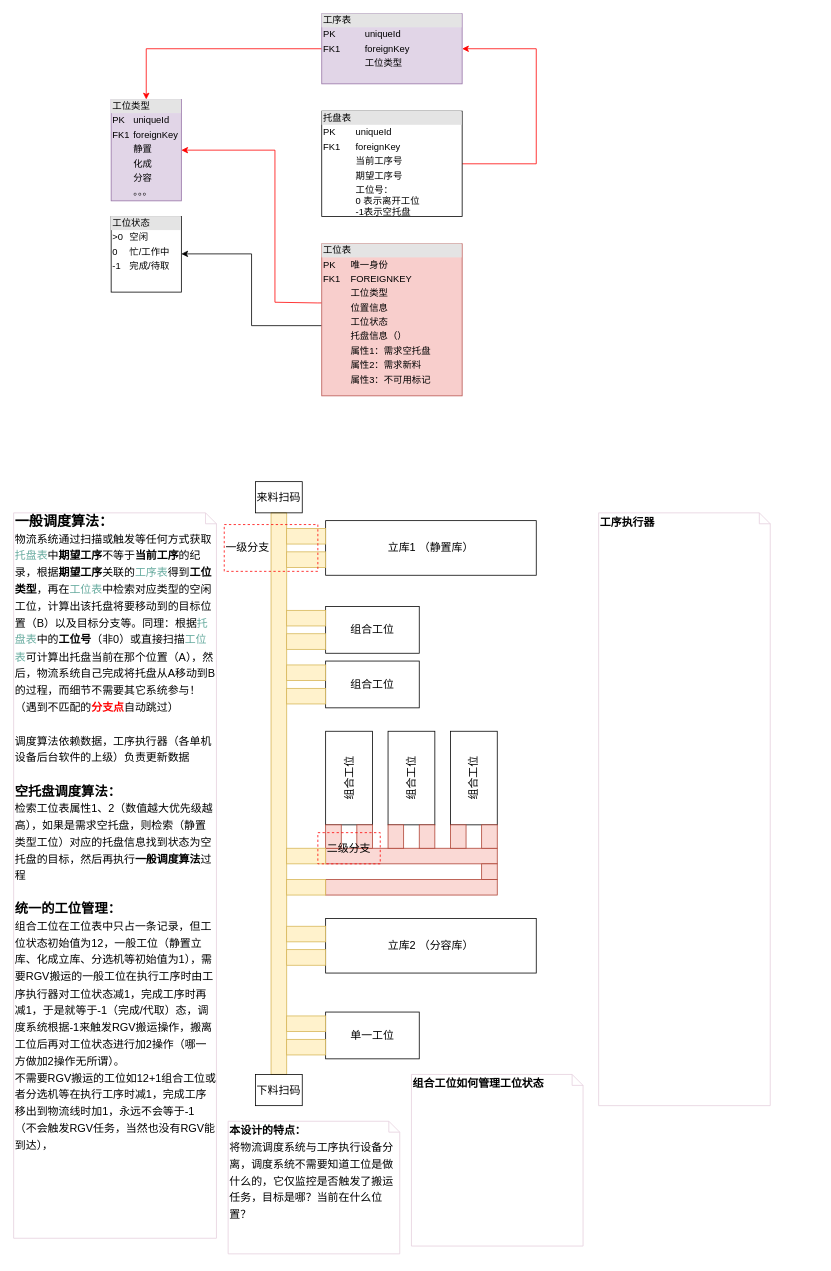
This is page "第 2 页" (2 of 2) of 未命名表单.drawio from samos2011/drawio, a draw.io file, before an edit. Source tidied: cells renumbered, new cells numbered last; positions are measured from the earlier drawing's top-left corner, leaving out a move shared by most shapes. Both pictures are drawn from the tidied source at 78%, with x=0, y=0 at pixel (13, 13).
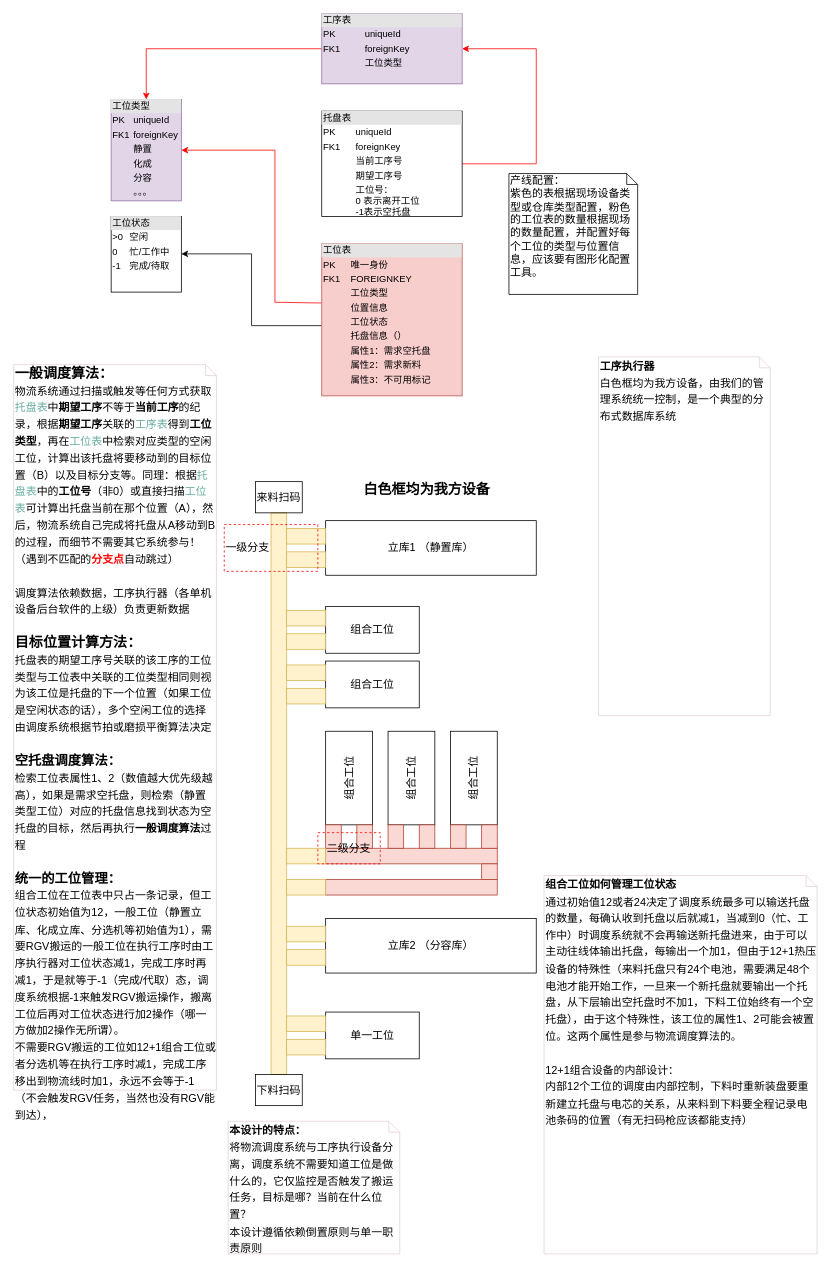
Above is the later version.

Diff of the diagram source:
```diff
@@
-    <mxCell id="45" value="&lt;b&gt;一般调度算法：&lt;/b&gt;&lt;br&gt;&lt;span style=&quot;font-size: 14px&quot;&gt;物流系统通过扫描或触发等任何方式获取&lt;/span&gt;&lt;font color=&quot;#67ab9f&quot; style=&quot;font-size: 14px&quot;&gt;托盘表&lt;/font&gt;&lt;span style=&quot;font-size: 14px&quot;&gt;中&lt;/span&gt;&lt;b style=&quot;font-size: 14px&quot;&gt;期望工序&lt;/b&gt;&lt;span style=&quot;font-size: 14px&quot;&gt;不等于&lt;/span&gt;&lt;b style=&quot;font-size: 14px&quot;&gt;当前工序&lt;/b&gt;&lt;span style=&quot;font-size: 14px&quot;&gt;的纪录，根据&lt;/span&gt;&lt;b style=&quot;font-size: 14px&quot;&gt;期望工序&lt;/b&gt;&lt;span style=&quot;font-size: 14px&quot;&gt;关联的&lt;/span&gt;&lt;font color=&quot;#67ab9f&quot; style=&quot;font-size: 14px&quot;&gt;工序表&lt;/font&gt;&lt;span style=&quot;font-size: 14px&quot;&gt;得到&lt;/span&gt;&lt;b style=&quot;font-size: 14px&quot;&gt;工位类型&lt;/b&gt;&lt;span style=&quot;font-size: 14px&quot;&gt;，再在&lt;/span&gt;&lt;font color=&quot;#67ab9f&quot; style=&quot;font-size: 14px&quot;&gt;工位表&lt;/font&gt;&lt;span style=&quot;font-size: 14px&quot;&gt;中检索对应类型的空闲工位，计算出该托盘将要移动到的目标位置（B）以及目标分支等。同理：根据&lt;/span&gt;&lt;font color=&quot;#67ab9f&quot; style=&quot;font-size: 14px&quot;&gt;托盘表&lt;/font&gt;&lt;span style=&quot;font-size: 14px&quot;&gt;中的&lt;/span&gt;&lt;b style=&quot;font-size: 14px&quot;&gt;工位号&lt;/b&gt;&lt;span style=&quot;font-size: 14px&quot;&gt;（非0）或直接扫描&lt;/span&gt;&lt;font color=&quot;#67ab9f&quot; style=&quot;font-size: 14px&quot;&gt;工位表&lt;/font&gt;&lt;span style=&quot;font-size: 14px&quot;&gt;可计算出托盘当前在那个位置（A），然后，物流系统自己完成将托盘从A移动到B的过程，而细节不需要其它系统参与！（遇到不匹配的&lt;/span&gt;&lt;b style=&quot;font-size: 14px&quot;&gt;&lt;font color=&quot;#ff0000&quot;&gt;分支点&lt;/font&gt;&lt;/b&gt;&lt;span style=&quot;font-size: 14px&quot;&gt;自动跳过）&lt;/span&gt;&lt;br&gt;&lt;br&gt;&lt;span style=&quot;font-size: 14px&quot;&gt;调度算法依赖数据，工序执行器（各单机设备后台软件的上级）负责更新数据&lt;/span&gt;&lt;br&gt;&lt;br&gt;&lt;b&gt;&lt;font style=&quot;font-size: 17px&quot;&gt;空托盘调度算法：&lt;/font&gt;&lt;/b&gt;&lt;br&gt;&lt;span style=&quot;font-size: 14px&quot;&gt;检索工位表属性1、2（数值越大优先级越高），如果是需求空托盘，则检索（静置类型工位）对应的托盘信息找到状态为空托盘的目标，然后再执行&lt;/span&gt;&lt;b style=&quot;font-size: 14px&quot;&gt;一般调度算法&lt;/b&gt;&lt;span style=&quot;font-size: 14px&quot;&gt;过程&lt;/span&gt;&lt;br&gt;&lt;br&gt;&lt;font&gt;&lt;b&gt;&lt;font style=&quot;font-size: 17px&quot;&gt;统一的工位管理：&lt;/font&gt;&lt;br&gt;&lt;/b&gt;&lt;/font&gt;&lt;font style=&quot;font-size: 14px&quot;&gt;组合工位在工位表中只占一条记录，但工位状态初始值为12，一般工位（静置立库、化成立库、分选机等初始值为1），需要RGV搬运的一般工位在执行工序时由工序执行器对工位状态减1，完成工序时再减1，于是就等于-1（完成/代取）态，调度系统根据-1来触发RGV搬运操作，搬离工位后再对工位状态进行加2操作（哪一方做加2操作无所谓）。&lt;br&gt;不需要RGV搬运的工位如12+1组合工位或者分选机等在执行工序时减1，完成工序移出到物流线时加1，永远不会等于-1（不会触发RGV任务，当然也没有RGV能到达），&lt;br&gt;&lt;/font&gt;" style="shape=note;whiteSpace=wrap;html=1;size=14;verticalAlign=top;align=left;spacingTop=-6;rounded=0;shadow=0;dashed=0;labelBackgroundColor=none;strokeColor=#E6D0DE;fillColor=none;fontSize=18;" parent="1" vertex="1">
-      <mxGeometry y="640" width="260" height="930" as="geometry" />
+    <mxCell id="45" value="&lt;b&gt;一般调度算法：&lt;/b&gt;&lt;br&gt;&lt;span style=&quot;font-size: 14px&quot;&gt;物流系统通过扫描或触发等任何方式获取&lt;/span&gt;&lt;font color=&quot;#67ab9f&quot; style=&quot;font-size: 14px&quot;&gt;托盘表&lt;/font&gt;&lt;span style=&quot;font-size: 14px&quot;&gt;中&lt;/span&gt;&lt;b style=&quot;font-size: 14px&quot;&gt;期望工序&lt;/b&gt;&lt;span style=&quot;font-size: 14px&quot;&gt;不等于&lt;/span&gt;&lt;b style=&quot;font-size: 14px&quot;&gt;当前工序&lt;/b&gt;&lt;span style=&quot;font-size: 14px&quot;&gt;的纪录，根据&lt;/span&gt;&lt;b style=&quot;font-size: 14px&quot;&gt;期望工序&lt;/b&gt;&lt;span style=&quot;font-size: 14px&quot;&gt;关联的&lt;/span&gt;&lt;font color=&quot;#67ab9f&quot; style=&quot;font-size: 14px&quot;&gt;工序表&lt;/font&gt;&lt;span style=&quot;font-size: 14px&quot;&gt;得到&lt;/span&gt;&lt;b style=&quot;font-size: 14px&quot;&gt;工位类型&lt;/b&gt;&lt;span style=&quot;font-size: 14px&quot;&gt;，再在&lt;/span&gt;&lt;font color=&quot;#67ab9f&quot; style=&quot;font-size: 14px&quot;&gt;工位表&lt;/font&gt;&lt;span style=&quot;font-size: 14px&quot;&gt;中检索对应类型的空闲工位，计算出该托盘将要移动到的目标位置（B）以及目标分支等。同理：根据&lt;/span&gt;&lt;font color=&quot;#67ab9f&quot; style=&quot;font-size: 14px&quot;&gt;托盘表&lt;/font&gt;&lt;span style=&quot;font-size: 14px&quot;&gt;中的&lt;/span&gt;&lt;b style=&quot;font-size: 14px&quot;&gt;工位号&lt;/b&gt;&lt;span style=&quot;font-size: 14px&quot;&gt;（非0）或直接扫描&lt;/span&gt;&lt;font color=&quot;#67ab9f&quot; style=&quot;font-size: 14px&quot;&gt;工位表&lt;/font&gt;&lt;span style=&quot;font-size: 14px&quot;&gt;可计算出托盘当前在那个位置（A），然后，物流系统自己完成将托盘从A移动到B的过程，而细节不需要其它系统参与！（遇到不匹配的&lt;/span&gt;&lt;b style=&quot;font-size: 14px&quot;&gt;&lt;font color=&quot;#ff0000&quot;&gt;分支点&lt;/font&gt;&lt;/b&gt;&lt;span style=&quot;font-size: 14px&quot;&gt;自动跳过）&lt;/span&gt;&lt;br&gt;&lt;br&gt;&lt;span style=&quot;font-size: 14px&quot;&gt;调度算法依赖数据，工序执行器（各单机设备后台软件的上级）负责更新数据&lt;br&gt;&lt;/span&gt;&lt;br&gt;&lt;b&gt;目标位置计算方法：&lt;/b&gt;&lt;br&gt;&lt;font style=&quot;font-size: 14px&quot;&gt;托盘表的期望工序号关联的该工序的工位类型与工位表中关联的工位类型相同则视为该工位是托盘的下一个位置（如果工位是空闲状态的话），多个空闲工位的选择由调度系统根据节拍或磨损平衡算法决定&lt;br&gt;&lt;/font&gt;&lt;br&gt;&lt;b&gt;&lt;font style=&quot;font-size: 17px&quot;&gt;空托盘调度算法：&lt;/font&gt;&lt;/b&gt;&lt;br&gt;&lt;span style=&quot;font-size: 14px&quot;&gt;检索工位表属性1、2（数值越大优先级越高），如果是需求空托盘，则检索（静置类型工位）对应的托盘信息找到状态为空托盘的目标，然后再执行&lt;/span&gt;&lt;b style=&quot;font-size: 14px&quot;&gt;一般调度算法&lt;/b&gt;&lt;span style=&quot;font-size: 14px&quot;&gt;过程&lt;/span&gt;&lt;br&gt;&lt;br&gt;&lt;font&gt;&lt;b&gt;&lt;font style=&quot;font-size: 17px&quot;&gt;统一的工位管理：&lt;/font&gt;&lt;br&gt;&lt;/b&gt;&lt;/font&gt;&lt;font style=&quot;font-size: 14px&quot;&gt;组合工位在工位表中只占一条记录，但工位状态初始值为12，一般工位（静置立库、化成立库、分选机等初始值为1），需要RGV搬运的一般工位在执行工序时由工序执行器对工位状态减1，完成工序时再减1，于是就等于-1（完成/代取）态，调度系统根据-1来触发RGV搬运操作，搬离工位后再对工位状态进行加2操作（哪一方做加2操作无所谓）。&lt;br&gt;不需要RGV搬运的工位如12+1组合工位或者分选机等在执行工序时减1，完成工序移出到物流线时加1，永远不会等于-1（不会触发RGV任务，当然也没有RGV能到达），&lt;br&gt;&lt;/font&gt;" style="shape=note;whiteSpace=wrap;html=1;size=14;verticalAlign=top;align=left;spacingTop=-6;rounded=0;shadow=0;dashed=0;labelBackgroundColor=none;strokeColor=#E6D0DE;fillColor=none;fontSize=18;" parent="1" vertex="1">
+      <mxGeometry y="450" width="260" height="930" as="geometry" />
     </mxCell>
-    <mxCell id="46" value="&lt;span style=&quot;font-size: 14px&quot;&gt;&lt;b&gt;工序执行器&lt;/b&gt;&lt;br&gt;&lt;/span&gt;" style="shape=note;whiteSpace=wrap;html=1;size=14;verticalAlign=top;align=left;spacingTop=-6;rounded=0;shadow=0;dashed=0;labelBackgroundColor=none;strokeColor=#E6D0DE;fillColor=none;fontSize=18;" parent="1" vertex="1">
-      <mxGeometry x="750" y="640" width="220" height="760" as="geometry" />
+    <mxCell id="46" value="&lt;span style=&quot;font-size: 14px&quot;&gt;&lt;b&gt;工序执行器&lt;br&gt;&lt;/b&gt;白色框均为我方设备，由我们的管理系统统一控制，是一个典型的分布式数据库系统&lt;br&gt;&lt;/span&gt;" style="shape=note;whiteSpace=wrap;html=1;size=14;verticalAlign=top;align=left;spacingTop=-6;rounded=0;shadow=0;dashed=0;labelBackgroundColor=none;strokeColor=#E6D0DE;fillColor=none;fontSize=18;" parent="1" vertex="1">
+      <mxGeometry x="750" y="440" width="220" height="460" as="geometry" />
     </mxCell>
-    <mxCell id="47" value="&lt;span style=&quot;font-size: 14px&quot;&gt;&lt;b&gt;组合工位如何管理工位状态&lt;br&gt;&lt;/b&gt;&lt;br&gt;&lt;/span&gt;" style="shape=note;whiteSpace=wrap;html=1;size=14;verticalAlign=top;align=left;spacingTop=-6;rounded=0;shadow=0;dashed=0;labelBackgroundColor=none;strokeColor=#E6D0DE;fillColor=none;fontSize=18;" parent="1" vertex="1">
-      <mxGeometry x="510" y="1360" width="220" height="220" as="geometry" />
+    <mxCell id="47" value="&lt;span style=&quot;font-size: 14px&quot;&gt;&lt;b&gt;组合工位如何管理工位状态&lt;br&gt;&lt;/b&gt;通过初始值12或者24决定了调度系统最多可以输送托盘的数量，每确认收到托盘以后就减1，当减到0（忙、工作中）时调度系统就不会再输送新托盘进来，由于可以主动往线体输出托盘，每输出一个加1，但由于12+1热压设备的特殊性（来料托盘只有24个电池，需要满足48个电池才能开始工作，一旦来一个新托盘就要输出一个托盘，从下层输出空托盘时不加1，下料工位始终有一个空托盘），由于这个特殊性，该工位的属性1、2可能会被置位。这两个属性是参与物流调度算法的。&lt;br&gt;&lt;br&gt;12+1组合设备的内部设计：&lt;br&gt;内部12个工位的调度由内部控制，下料时重新装盘要重新建立托盘与电芯的关系，从来料到下料要全程记录电池条码的位置（有无扫码枪应该都能支持）&lt;br&gt;&lt;/span&gt;" style="shape=note;whiteSpace=wrap;html=1;size=14;verticalAlign=top;align=left;spacingTop=-6;rounded=0;shadow=0;dashed=0;labelBackgroundColor=none;strokeColor=#E6D0DE;fillColor=none;fontSize=18;" parent="1" vertex="1">
+      <mxGeometry x="680" y="1105" width="350" height="485" as="geometry" />
     </mxCell>
-    <mxCell id="48" value="&lt;span style=&quot;font-size: 14px&quot;&gt;&lt;b&gt;本设计的特点：&lt;br&gt;&lt;/b&gt;将物流调度系统与工序执行设备分离，调度系统不需要知道工位是做什么的，它仅监控是否触发了搬运任务，目标是哪？当前在什么位置？&lt;br&gt;&lt;/span&gt;" style="shape=note;whiteSpace=wrap;html=1;size=14;verticalAlign=top;align=left;spacingTop=-6;rounded=0;shadow=0;dashed=0;labelBackgroundColor=none;strokeColor=#E6D0DE;fillColor=none;fontSize=18;" parent="1" vertex="1">
+    <mxCell id="48" value="&lt;span style=&quot;font-size: 14px&quot;&gt;&lt;b&gt;本设计的特点：&lt;br&gt;&lt;/b&gt;将物流调度系统与工序执行设备分离，调度系统不需要知道工位是做什么的，它仅监控是否触发了搬运任务，目标是哪？当前在什么位置？&lt;br&gt;本设计遵循依赖倒置原则与单一职责原则&lt;br&gt;&lt;/span&gt;" style="shape=note;whiteSpace=wrap;html=1;size=14;verticalAlign=top;align=left;spacingTop=-6;rounded=0;shadow=0;dashed=0;labelBackgroundColor=none;strokeColor=#E6D0DE;fillColor=none;fontSize=18;" parent="1" vertex="1">
       <mxGeometry x="275" y="1420" width="220" height="170" as="geometry" />
     </mxCell>
+    <mxCell id="49" value="白色框均为我方设备" style="text;html=1;strokeColor=none;fillColor=none;align=center;verticalAlign=middle;whiteSpace=wrap;rounded=0;shadow=0;dashed=0;labelBackgroundColor=none;fontSize=18;fontColor=#000000;fontStyle=1;" parent="1" vertex="1">
+      <mxGeometry x="430" y="600" width="200" height="20" as="geometry" />
+    </mxCell>
+    <mxCell id="50" value="产线配置：&lt;br&gt;紫色的表根据现场设备类型或仓库类型配置，粉色的工位表的数量根据现场的数量配置，并配置好每个工位的类型与位置信息，应该要有图形化配置工具。" style="shape=note;whiteSpace=wrap;html=1;size=14;verticalAlign=top;align=left;spacingTop=-6;fontSize=14;" parent="1" vertex="1">
+      <mxGeometry x="635" y="205" width="165" height="155" as="geometry" />
+    </mxCell>
```
